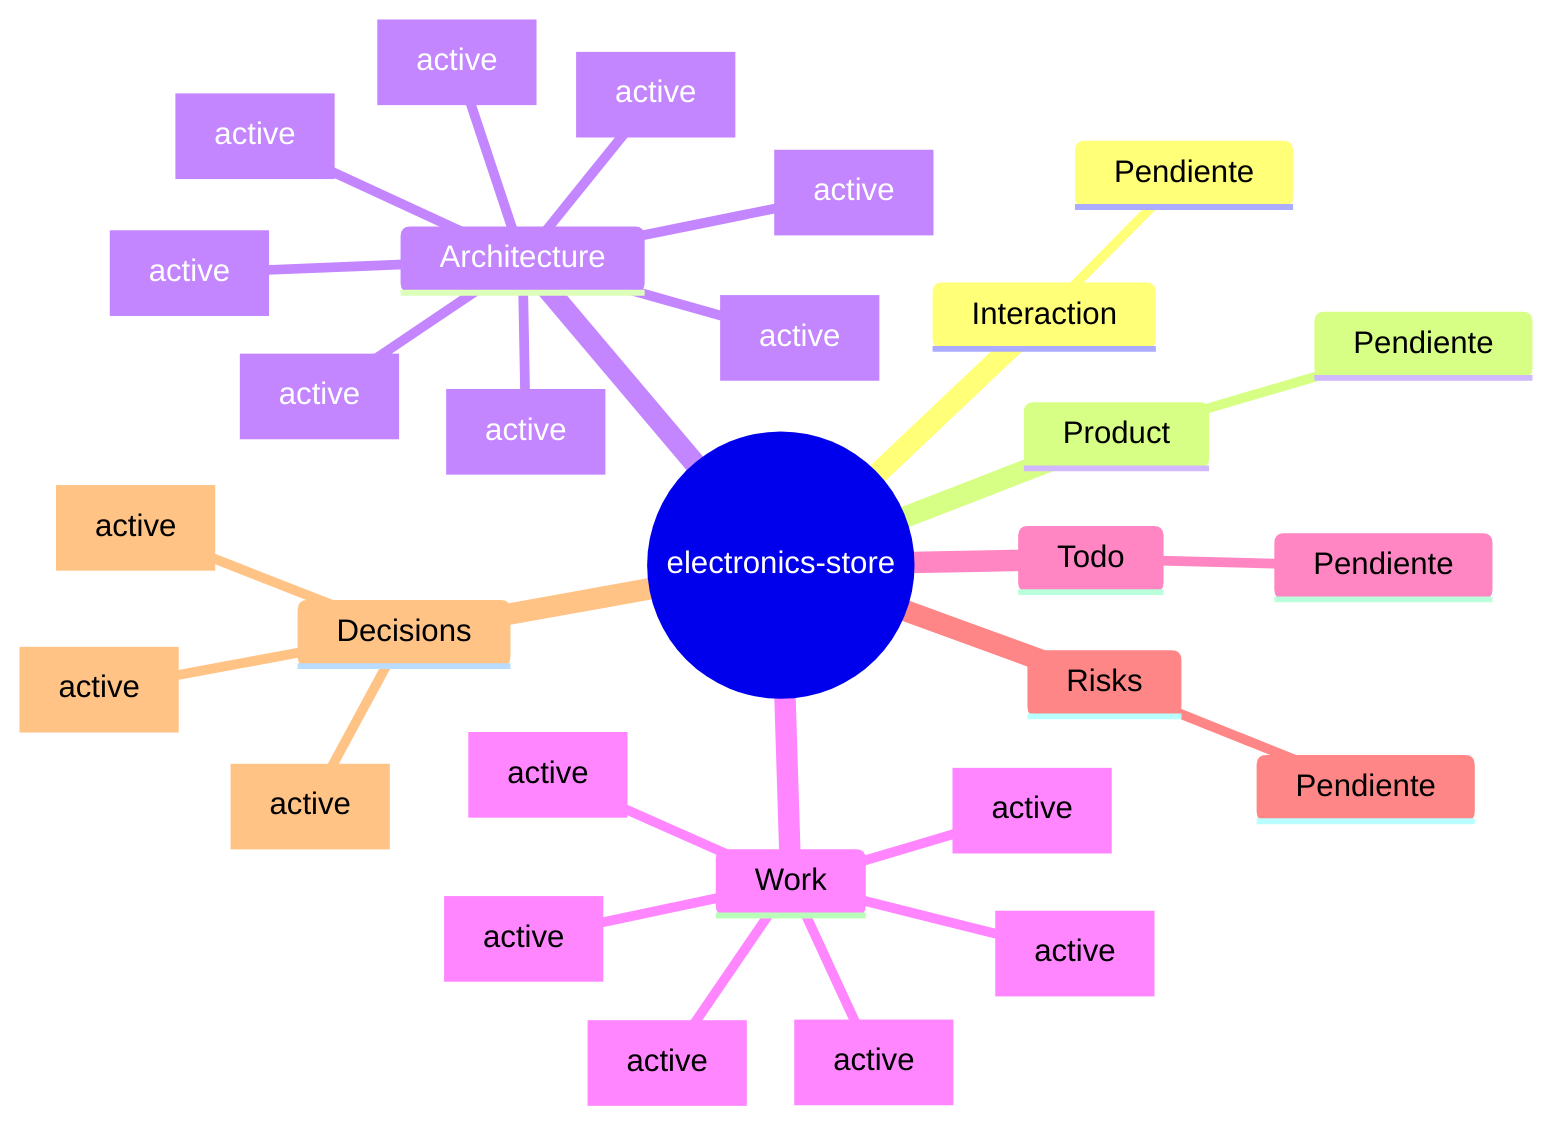
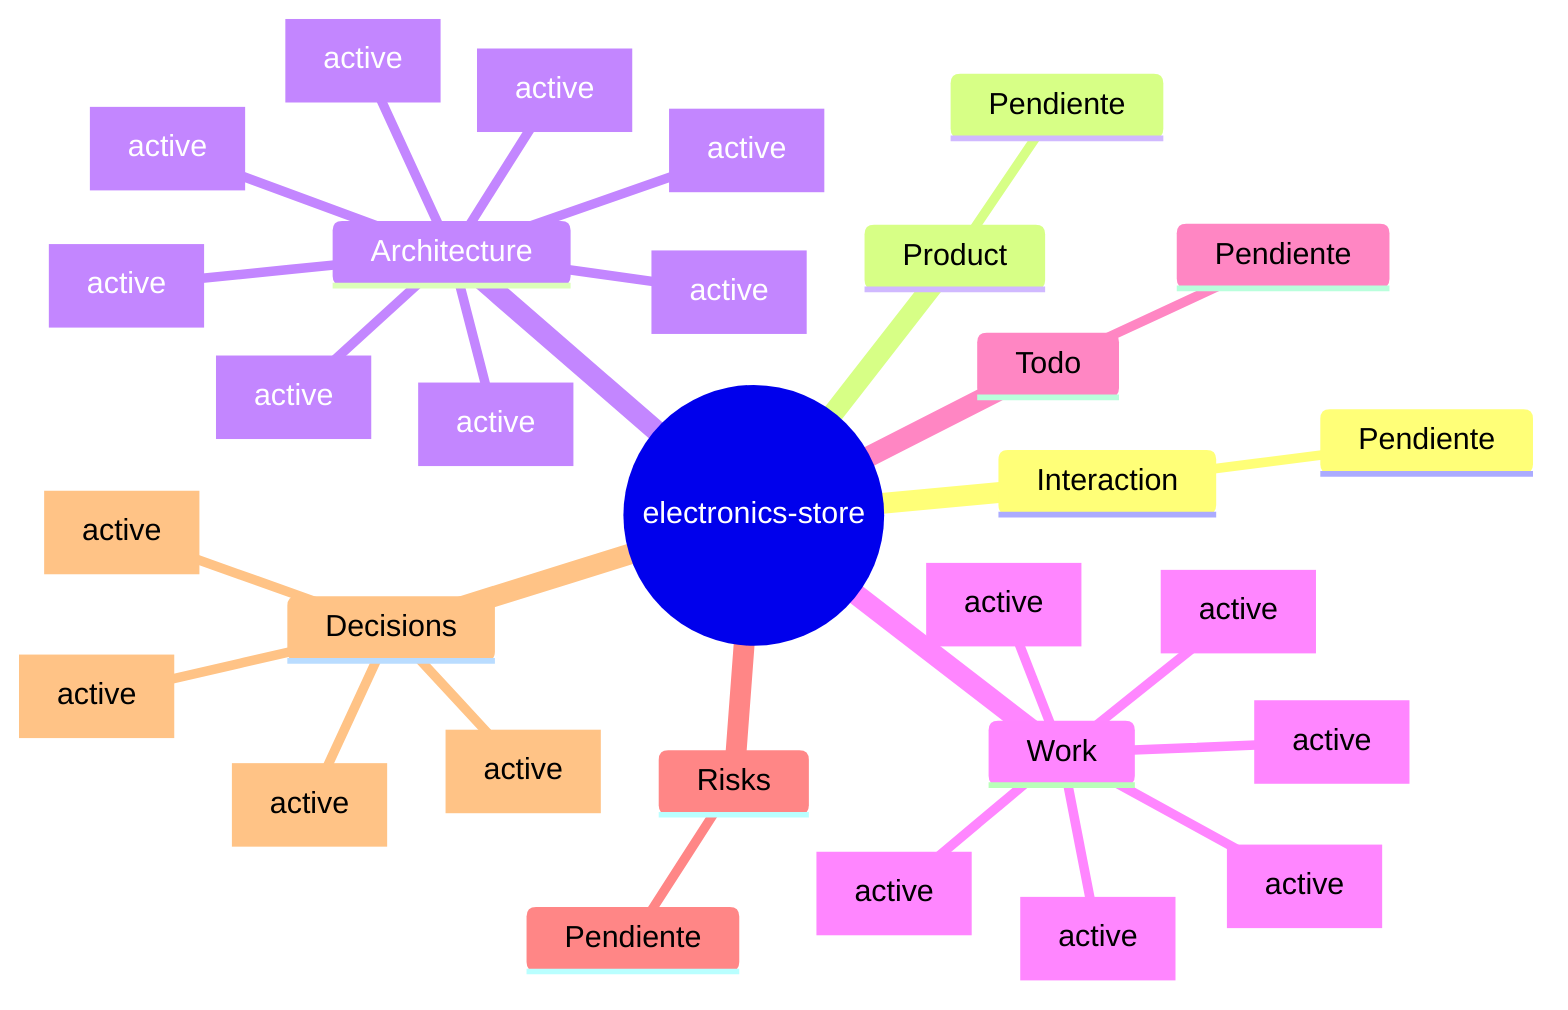
mindmap
  root((electronics-store))
    Interaction
      Pendiente
    Product
      Pendiente
    Architecture
      .env [active]
      .env.example [active]
      .gitignore [active]
      AGENTS.md [active]
      CLAUDE.md [active]
      README.md [active]
      eslint.config.mjs [active]
      middleware.ts [active]
    Work
      Google store admin access [active]
      Store security and caching pass [active]
      Electronics inventory research shortlist [active]
      Landing hero trust imagery [active]
      Updated family storefront hero image [active]
      Updated storefront hero image order [active]
    Todo
      Pendiente
    Risks
      Pendiente
    Decisions
      Landing hero image rotation [active]
      Official Nubel Store logo assets [active]
      Official SVG logo source [active]
+       Compact technology wordmark [active]
